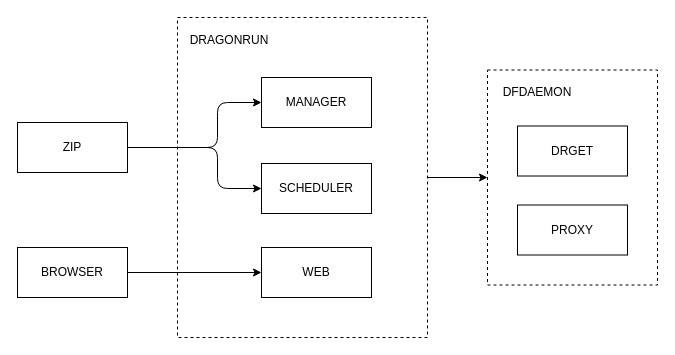
bridgecrew-perf6/deploy-71 keeps this draw.io diagram as diagram.drawio. Above is the earlier version. Source tidied: cells renumbered, new cells numbered last; positions are measured from the earlier drawing's top-left corner, leaving out a move shared by most shapes. Both pictures are drawn from the tidied source at 100%, with x=0, y=0 at pixel (17, 17).
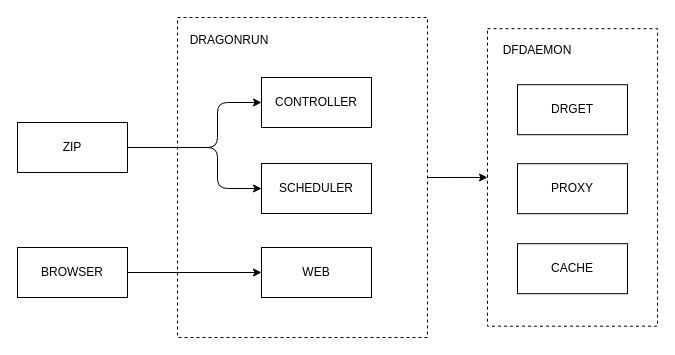
Above is the later version.

Commit message (it also covers changes not shown here):
doc(diagram): update diagram for cache

The edit, as a diff of the source:
```diff
@@
     <mxCell id="3" style="rounded=0;whiteSpace=wrap;html=1;dashed=1;" parent="1" vertex="1">
-      <mxGeometry x="470" y="52.5" width="170" height="215" as="geometry" />
+      <mxGeometry x="470" y="11.2" width="170" height="297.5" as="geometry" />
     </mxCell>
@@
     <mxCell id="8" value="DRGET" style="rounded=0;whiteSpace=wrap;html=1;" parent="1" vertex="1">
-      <mxGeometry x="500" y="108.5" width="110" height="50" as="geometry" />
+      <mxGeometry x="500" y="67.2" width="110" height="50" as="geometry" />
     </mxCell>
     <mxCell id="9" value="PROXY" style="rounded=0;whiteSpace=wrap;html=1;" parent="1" vertex="1">
-      <mxGeometry x="500" y="187.5" width="110" height="50" as="geometry" />
+      <mxGeometry x="500" y="146.2" width="110" height="50" as="geometry" />
     </mxCell>
@@
-    <mxCell id="11" value="MANAGER" style="rounded=0;whiteSpace=wrap;html=1;" parent="1" vertex="1">
+    <mxCell id="11" value="CONTROLLER" style="rounded=0;whiteSpace=wrap;html=1;" parent="1" vertex="1">
       <mxGeometry x="244" y="60" width="110" height="50" as="geometry" />
     </mxCell>
@@
     <mxCell id="16" value="DFDAEMON" style="text;html=1;strokeColor=none;fillColor=none;align=center;verticalAlign=middle;whiteSpace=wrap;rounded=0;" parent="1" vertex="1">
-      <mxGeometry x="470" y="59.5" width="100" height="30" as="geometry" />
+      <mxGeometry x="470" y="18.2" width="100" height="30" as="geometry" />
     </mxCell>
+    <mxCell id="17" value="CACHE" style="rounded=0;whiteSpace=wrap;html=1;" parent="1" vertex="1">
+      <mxGeometry x="500" y="226.2" width="110" height="50" as="geometry" />
+    </mxCell>
```
